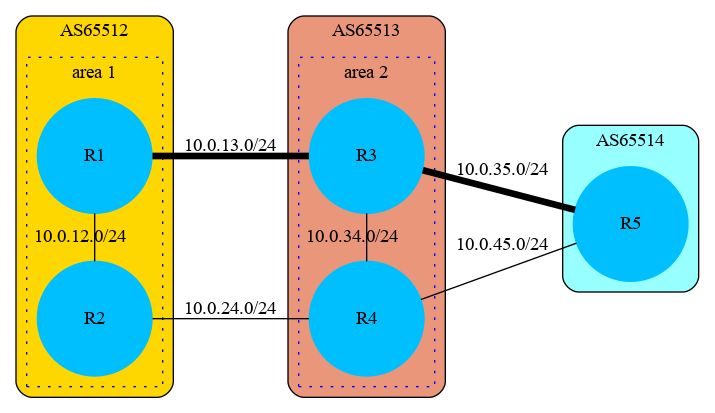
This is images/bgp_next_hop.png from MiguelERuiz/RNG, a Graphviz export, as it was before one commit. Its source is kept beside it as images/bgp_next_hop.dot. The source it was exported from:
```dot
digraph G {
  compound=true
  rankdir=LR;
  node [style=filled, color=deepskyblue, shape=circle, width=1.2];
  subgraph cluster_0 {
    style=rounded;
    bgcolor=gold;
    subgraph cluster_01 {
      style=dotted;
      color=blue;
      R1 -> R2 [constraint=false, arrowhead=none, label="10.0.12.0/24"];
      label = "area 1";
    }
    label = "AS65512";
  }

  subgraph cluster_1 {
    style=rounded;
    bgcolor=darksalmon;
    subgraph cluster_12 {
      style=dotted;
      color=blue;
      R3 -> R4 [constraint=false, arrowhead=none, label="10.0.34.0/24"];
      label = "area 2";
    }
    label = "AS65513";
  }

  subgraph cluster_2 {
    style=rounded;
    bgcolor=darkslategray1;
    node [style=filled, color=deepskyblue];
    R5;
    label = "AS65514";
  }
  R1 -> R3 [penwidth=5, arrowhead=none, label="10.0.13.0/24"];
  R2 -> R4 [arrowhead=none, label="10.0.24.0/24"];
  R3 -> R5 [penwidth=5, arrowhead=none, label="10.0.35.0/24"];
  R4 -> R5 [arrowhead=none, label="10.0.45.0/24"];

}
```
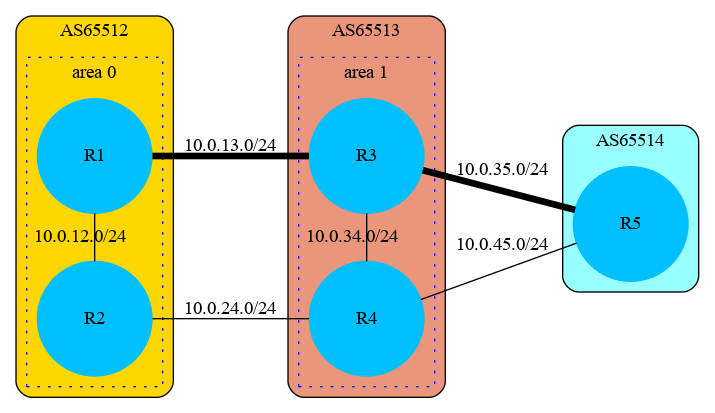
The same diagram one commit later.

Commit message:
Fix en la topologia del ultimo ejercicio

Change to the diagram source:
```diff
@@ -9,7 +9,7 @@
       style=dotted;
       color=blue;
       R1 -> R2 [constraint=false, arrowhead=none, label="10.0.12.0/24"];
-      label = "area 1";
+      label = "area 0";
     }
     label = "AS65512";
   }
@@ -21,7 +21,7 @@
       style=dotted;
       color=blue;
       R3 -> R4 [constraint=false, arrowhead=none, label="10.0.34.0/24"];
-      label = "area 2";
+      label = "area 1";
     }
     label = "AS65513";
   }
```
